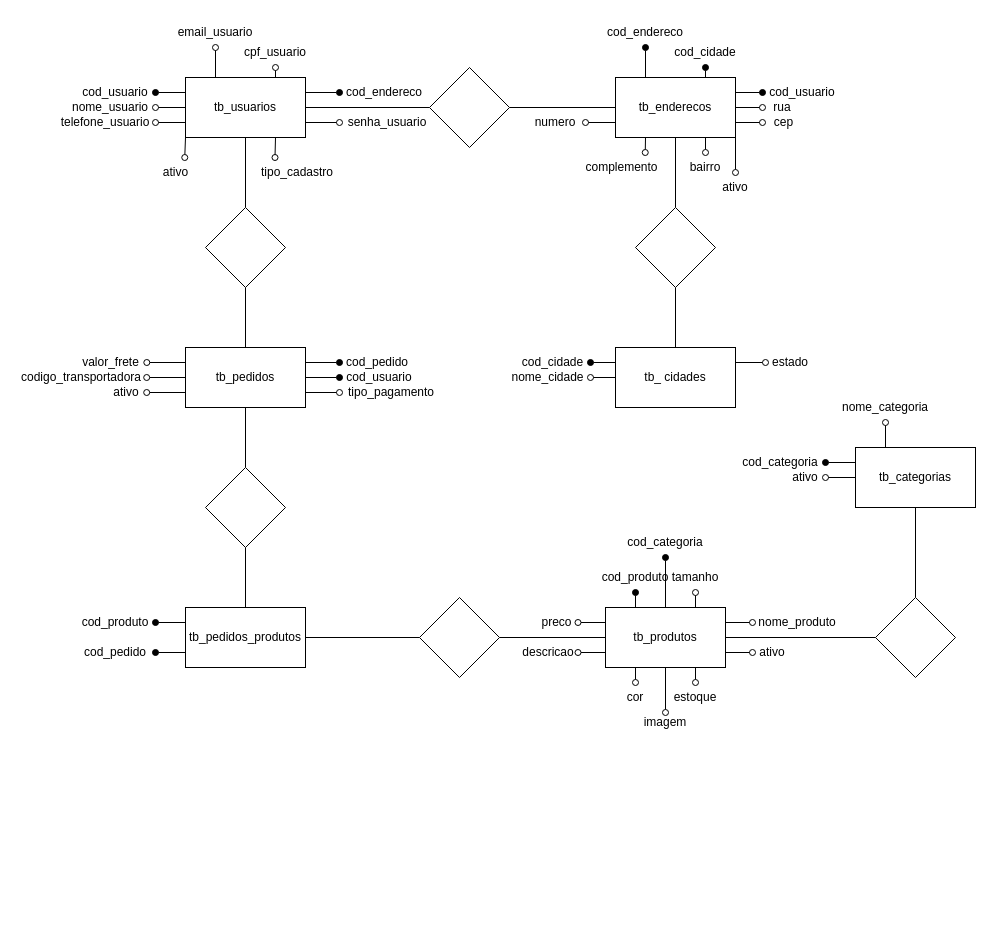
The draw.io diagram banco conceitual.drawio in celiakouth/TCC-CEEP, before the edit. Source tidied: cells renumbered, new cells numbered last; positions are measured from the earlier drawing's top-left corner, leaving out a move shared by most shapes. Both pictures are drawn from the tidied source at 100%, with x=0, y=0 at pixel (16, 17).
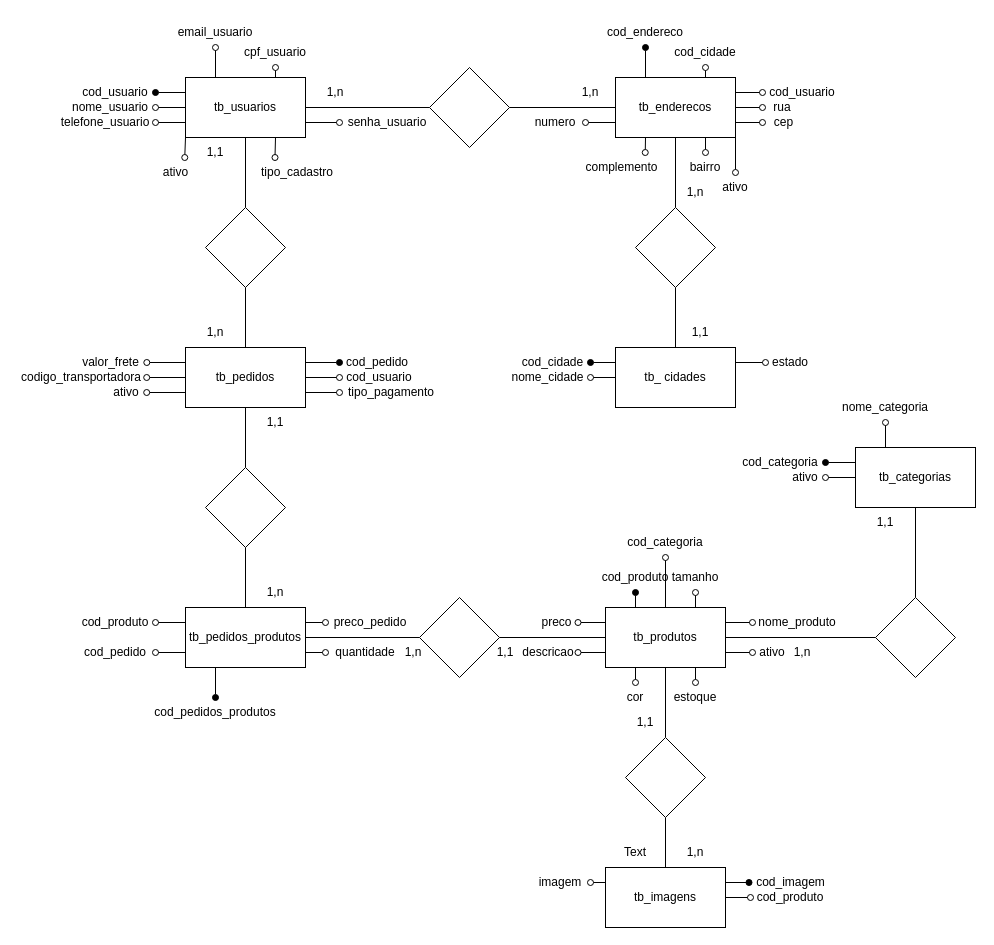
The same diagram, later.

The change refers to these unchanged cells:
```xml
<mxCell id="2" value="tb_usuarios" style="rounded=0;whiteSpace=wrap;html=1;" parent="1" vertex="1">
  <mxGeometry x="169" y="60" width="120" height="60" as="geometry" />
</mxCell>
<mxCell id="3" value="tb_pedidos" style="rounded=0;whiteSpace=wrap;html=1;" parent="1" vertex="1">
  <mxGeometry x="169" y="330" width="120" height="60" as="geometry" />
</mxCell>
<mxCell id="4" value="tb_pedidos_produtos" style="rounded=0;whiteSpace=wrap;html=1;" parent="1" vertex="1">
  <mxGeometry x="169" y="590" width="120" height="60" as="geometry" />
</mxCell>
<mxCell id="5" value="tb_enderecos" style="rounded=0;whiteSpace=wrap;html=1;" parent="1" vertex="1">
  <mxGeometry x="599" y="60" width="120" height="60" as="geometry" />
</mxCell>
<mxCell id="7" value="tb_produtos" style="rounded=0;whiteSpace=wrap;html=1;" parent="1" vertex="1">
  <mxGeometry x="589" y="590" width="120" height="60" as="geometry" />
</mxCell>
<mxCell id="33" value="cod_usuario" style="text;html=1;strokeColor=none;fillColor=none;align=center;verticalAlign=middle;whiteSpace=wrap;rounded=0;" parent="1" vertex="1">
  <mxGeometry x="323" y="345" width="80" height="30" as="geometry" />
</mxCell>
<mxCell id="52" value="cod_cidade" style="text;html=1;strokeColor=none;fillColor=none;align=center;verticalAlign=middle;whiteSpace=wrap;rounded=0;" parent="1" vertex="1">
  <mxGeometry x="654" y="20" width="70" height="30" as="geometry" />
</mxCell>
<mxCell id="54" value="cod_usuario" style="text;html=1;strokeColor=none;fillColor=none;align=center;verticalAlign=middle;whiteSpace=wrap;rounded=0;" parent="1" vertex="1">
  <mxGeometry x="746" y="60" width="80" height="30" as="geometry" />
</mxCell>
<mxCell id="74" value="cod_categoria" style="text;html=1;strokeColor=none;fillColor=none;align=center;verticalAlign=middle;whiteSpace=wrap;rounded=0;" parent="1" vertex="1">
  <mxGeometry x="604" y="510" width="90" height="30" as="geometry" />
</mxCell>
<mxCell id="80" value="cor" style="text;html=1;strokeColor=none;fillColor=none;align=center;verticalAlign=middle;whiteSpace=wrap;rounded=0;" parent="1" vertex="1">
  <mxGeometry x="589" y="665" width="60" height="30" as="geometry" />
</mxCell>
<mxCell id="91" value="cod_produto" style="text;html=1;strokeColor=none;fillColor=none;align=center;verticalAlign=middle;whiteSpace=wrap;rounded=0;" parent="1" vertex="1">
  <mxGeometry x="59" y="590" width="80" height="30" as="geometry" />
</mxCell>
<mxCell id="92" value="cod_pedido" style="text;html=1;strokeColor=none;fillColor=none;align=center;verticalAlign=middle;whiteSpace=wrap;rounded=0;" parent="1" vertex="1">
  <mxGeometry x="59" y="620" width="80" height="30" as="geometry" />
</mxCell>
```

The edit, as a diff of the source:
```diff
@@
-    <mxCell id="18" style="endArrow=oval;html=1;rounded=0;endFill=1;exitX=1;exitY=0.25;exitDx=0;exitDy=0;" parent="1" edge="1" source="2" target="19">
-      <mxGeometry relative="1" as="geometry" />
-    </mxCell>
-    <mxCell id="19" value="cod_endereco" style="text;html=1;strokeColor=none;fillColor=none;align=center;verticalAlign=middle;whiteSpace=wrap;rounded=0;" parent="1" vertex="1">
-      <mxGeometry x="323" y="60" width="90" height="30" as="geometry" />
-    </mxCell>
@@
-    <mxCell id="32" style="endArrow=oval;html=1;rounded=0;exitX=1;exitY=0.5;exitDx=0;exitDy=0;endFill=1;entryX=0;entryY=0.5;entryDx=0;entryDy=0;" parent="1" edge="1" source="3" target="33">
+    <mxCell id="32" style="endArrow=oval;html=1;rounded=0;exitX=1;exitY=0.5;exitDx=0;exitDy=0;endFill=0;entryX=0;entryY=0.5;entryDx=0;entryDy=0;" parent="1" edge="1" source="3" target="33">
       <mxGeometry relative="1" as="geometry" />
     </mxCell>
@@
-    <mxCell id="50" style="endArrow=oval;html=1;rounded=0;exitX=0.75;exitY=0;exitDx=0;exitDy=0;endFill=1;entryX=0.5;entryY=1;entryDx=0;entryDy=0;" parent="1" edge="1" source="5" target="52">
+    <mxCell id="50" style="endArrow=oval;html=1;rounded=0;exitX=0.75;exitY=0;exitDx=0;exitDy=0;endFill=0;entryX=0.5;entryY=1;entryDx=0;entryDy=0;" parent="1" edge="1" source="5" target="52">
       <mxGeometry relative="1" as="geometry" />
     </mxCell>
@@
-    <mxCell id="53" style="endArrow=oval;html=1;rounded=0;exitX=1;exitY=0.25;exitDx=0;exitDy=0;endFill=1;entryX=0;entryY=0.5;entryDx=0;entryDy=0;" parent="1" edge="1" source="5" target="54">
+    <mxCell id="53" style="endArrow=oval;html=1;rounded=0;exitX=1;exitY=0.25;exitDx=0;exitDy=0;endFill=0;entryX=0;entryY=0.5;entryDx=0;entryDy=0;" parent="1" edge="1" source="5" target="54">
       <mxGeometry relative="1" as="geometry" />
     </mxCell>
@@
-    <mxCell id="73" style="endArrow=oval;html=1;rounded=0;endFill=1;exitX=0.5;exitY=0;exitDx=0;exitDy=0;" parent="1" edge="1" source="7" target="74">
+    <mxCell id="73" style="endArrow=oval;html=1;rounded=0;endFill=0;exitX=0.5;exitY=0;exitDx=0;exitDy=0;" parent="1" edge="1" source="7" target="74">
       <mxGeometry relative="1" as="geometry" />
     </mxCell>
@@
-    <mxCell id="81" style="endArrow=oval;html=1;rounded=0;exitX=0.5;exitY=1;exitDx=0;exitDy=0;entryX=1;entryY=1;entryDx=0;entryDy=0;endFill=0;" parent="1" edge="1" source="7" target="80">
-      <mxGeometry relative="1" as="geometry" />
-    </mxCell>
-    <mxCell id="82" value="imagem" style="text;html=1;strokeColor=none;fillColor=none;align=center;verticalAlign=middle;whiteSpace=wrap;rounded=0;" parent="1" vertex="1">
-      <mxGeometry x="619" y="690" width="60" height="30" as="geometry" />
-    </mxCell>
@@
-    <mxCell id="89" style="endArrow=oval;html=1;rounded=0;endFill=1;exitX=0;exitY=0.25;exitDx=0;exitDy=0;entryX=1;entryY=0.5;entryDx=0;entryDy=0;" parent="1" edge="1" source="4" target="91">
+    <mxCell id="89" style="endArrow=oval;html=1;rounded=0;endFill=0;exitX=0;exitY=0.25;exitDx=0;exitDy=0;entryX=1;entryY=0.5;entryDx=0;entryDy=0;" parent="1" edge="1" source="4" target="91">
       <mxGeometry relative="1" as="geometry" />
     </mxCell>
-    <mxCell id="90" style="endArrow=oval;html=1;rounded=0;endFill=1;exitX=0;exitY=0.75;exitDx=0;exitDy=0;entryX=1;entryY=0.5;entryDx=0;entryDy=0;" parent="1" edge="1" source="4" target="92">
+    <mxCell id="90" style="endArrow=oval;html=1;rounded=0;endFill=0;exitX=0;exitY=0.75;exitDx=0;exitDy=0;entryX=1;entryY=0.5;entryDx=0;entryDy=0;" parent="1" edge="1" source="4" target="92">
       <mxGeometry relative="1" as="geometry" />
     </mxCell>
@@
+    <mxCell id="111" style="endArrow=oval;html=1;rounded=0;exitX=1;exitY=0.25;exitDx=0;exitDy=0;endFill=1;" parent="1" edge="1" source="4">
+      <mxGeometry relative="1" as="geometry">
+        <mxPoint x="289" y="605" as="targetPoint" />
+      </mxGeometry>
+    </mxCell>
+    <mxCell id="112" value="cod_pedidos_produtos" style="text;html=1;strokeColor=none;fillColor=none;align=center;verticalAlign=middle;whiteSpace=wrap;rounded=0;" parent="1" vertex="1">
+      <mxGeometry x="124" y="680" width="150" height="30" as="geometry" />
+    </mxCell>
+    <mxCell id="113" style="endArrow=none;html=1;rounded=0;exitX=0.5;exitY=0;exitDx=0;exitDy=0;entryX=0.25;entryY=1;entryDx=0;entryDy=0;endFill=0;startArrow=oval;startFill=1;" parent="1" edge="1" source="112" target="4">
+      <mxGeometry relative="1" as="geometry" />
+    </mxCell>
+    <mxCell id="114" value="quantidade" style="text;html=1;strokeColor=none;fillColor=none;align=center;verticalAlign=middle;whiteSpace=wrap;rounded=0;" parent="1" vertex="1">
+      <mxGeometry x="309" y="620" width="80" height="30" as="geometry" />
+    </mxCell>
+    <mxCell id="115" style="endArrow=oval;html=1;rounded=0;exitX=1;exitY=0.75;exitDx=0;exitDy=0;entryX=0;entryY=0.5;entryDx=0;entryDy=0;endFill=0;" parent="1" edge="1" source="4" target="114">
+      <mxGeometry relative="1" as="geometry" />
+    </mxCell>
+    <mxCell id="116" value="preco_pedido" style="text;html=1;strokeColor=none;fillColor=none;align=center;verticalAlign=middle;whiteSpace=wrap;rounded=0;" parent="1" vertex="1">
+      <mxGeometry x="309" y="590" width="90" height="30" as="geometry" />
+    </mxCell>
+    <mxCell id="117" style="endArrow=oval;html=1;rounded=0;exitX=1;exitY=0.25;exitDx=0;exitDy=0;entryX=0;entryY=0.5;entryDx=0;entryDy=0;endFill=0;" parent="1" edge="1" source="4" target="116">
+      <mxGeometry relative="1" as="geometry" />
+    </mxCell>
+    <mxCell id="118" value="tb_imagens" style="rounded=0;whiteSpace=wrap;html=1;" parent="1" vertex="1">
+      <mxGeometry x="589" y="850" width="120" height="60" as="geometry" />
+    </mxCell>
+    <mxCell id="119" style="endArrow=none;html=1;rounded=0;exitX=0.5;exitY=1;exitDx=0;exitDy=0;entryX=0.5;entryY=0;entryDx=0;entryDy=0;" parent="1" edge="1" source="121" target="118">
+      <mxGeometry relative="1" as="geometry" />
+    </mxCell>
+    <mxCell id="120" style="endArrow=none;html=1;rounded=0;exitX=0.5;exitY=1;exitDx=0;exitDy=0;entryX=0.5;entryY=0;entryDx=0;entryDy=0;" parent="1" edge="1" source="7" target="121">
+      <mxGeometry relative="1" as="geometry" />
+    </mxCell>
+    <mxCell id="121" style="rhombus;whiteSpace=wrap;html=1;" parent="1" vertex="1">
+      <mxGeometry x="609" y="720" width="80" height="80" as="geometry" />
+    </mxCell>
+    <mxCell id="122" value="cod_imagem" style="text;html=1;strokeColor=none;fillColor=none;align=center;verticalAlign=middle;whiteSpace=wrap;rounded=0;" parent="1" vertex="1">
+      <mxGeometry x="732.5" y="850" width="83" height="30" as="geometry" />
+    </mxCell>
+    <mxCell id="123" style="endArrow=oval;html=1;rounded=0;exitX=1;exitY=0.25;exitDx=0;exitDy=0;entryX=0;entryY=0.5;entryDx=0;entryDy=0;endFill=1;" parent="1" edge="1" source="118" target="122">
+      <mxGeometry relative="1" as="geometry" />
+    </mxCell>
+    <mxCell id="124" value="cod_produto" style="text;html=1;strokeColor=none;fillColor=none;align=center;verticalAlign=middle;whiteSpace=wrap;rounded=0;" parent="1" vertex="1">
+      <mxGeometry x="734" y="865" width="80" height="30" as="geometry" />
+    </mxCell>
+    <mxCell id="125" style="endArrow=oval;html=1;rounded=0;exitX=1;exitY=0.5;exitDx=0;exitDy=0;entryX=0;entryY=0.5;entryDx=0;entryDy=0;endFill=0;" parent="1" edge="1" source="118" target="124">
+      <mxGeometry relative="1" as="geometry" />
+    </mxCell>
+    <mxCell id="82" value="imagem" style="text;html=1;strokeColor=none;fillColor=none;align=center;verticalAlign=middle;whiteSpace=wrap;rounded=0;" parent="1" vertex="1">
+      <mxGeometry x="514" y="850" width="60" height="30" as="geometry" />
+    </mxCell>
+    <mxCell id="126" style="endArrow=oval;html=1;rounded=0;exitX=0;exitY=0.25;exitDx=0;exitDy=0;entryX=1;entryY=0.5;entryDx=0;entryDy=0;endFill=0;" parent="1" edge="1" source="118" target="82">
+      <mxGeometry relative="1" as="geometry" />
+    </mxCell>
+    <mxCell id="127" value="Text" style="text;html=1;strokeColor=none;fillColor=none;align=center;verticalAlign=middle;whiteSpace=wrap;rounded=0;" parent="1" vertex="1">
+      <mxGeometry x="589" y="820" width="60" height="30" as="geometry" />
+    </mxCell>
+    <mxCell id="128" value="1,1" style="text;html=1;strokeColor=none;fillColor=none;align=center;verticalAlign=middle;whiteSpace=wrap;rounded=0;" parent="1" vertex="1">
+      <mxGeometry x="169" y="120" width="60" height="30" as="geometry" />
+    </mxCell>
+    <mxCell id="129" value="1,n" style="text;html=1;strokeColor=none;fillColor=none;align=center;verticalAlign=middle;whiteSpace=wrap;rounded=0;" parent="1" vertex="1">
+      <mxGeometry x="169" y="300" width="60" height="30" as="geometry" />
+    </mxCell>
+    <mxCell id="130" value="1,1" style="text;html=1;strokeColor=none;fillColor=none;align=center;verticalAlign=middle;whiteSpace=wrap;rounded=0;" parent="1" vertex="1">
+      <mxGeometry x="599" y="690" width="60" height="30" as="geometry" />
+    </mxCell>
+    <mxCell id="131" value="1,n" style="text;html=1;strokeColor=none;fillColor=none;align=center;verticalAlign=middle;whiteSpace=wrap;rounded=0;" parent="1" vertex="1">
+      <mxGeometry x="649" y="820" width="60" height="30" as="geometry" />
+    </mxCell>
+    <mxCell id="132" value="1,1" style="text;html=1;strokeColor=none;fillColor=none;align=center;verticalAlign=middle;whiteSpace=wrap;rounded=0;" parent="1" vertex="1">
+      <mxGeometry x="839" y="490" width="60" height="30" as="geometry" />
+    </mxCell>
+    <mxCell id="133" value="1,n" style="text;html=1;strokeColor=none;fillColor=none;align=center;verticalAlign=middle;whiteSpace=wrap;rounded=0;" parent="1" vertex="1">
+      <mxGeometry x="756" y="620" width="60" height="30" as="geometry" />
+    </mxCell>
+    <mxCell id="134" value="1,n" style="text;html=1;strokeColor=none;fillColor=none;align=center;verticalAlign=middle;whiteSpace=wrap;rounded=0;" parent="1" vertex="1">
+      <mxGeometry x="649" y="160" width="60" height="30" as="geometry" />
+    </mxCell>
+    <mxCell id="135" value="1,1" style="text;html=1;strokeColor=none;fillColor=none;align=center;verticalAlign=middle;whiteSpace=wrap;rounded=0;" parent="1" vertex="1">
+      <mxGeometry x="654" y="300" width="60" height="30" as="geometry" />
+    </mxCell>
+    <mxCell id="136" value="1,n" style="text;html=1;strokeColor=none;fillColor=none;align=center;verticalAlign=middle;whiteSpace=wrap;rounded=0;" parent="1" vertex="1">
+      <mxGeometry x="544" y="60" width="60" height="30" as="geometry" />
+    </mxCell>
+    <mxCell id="137" value="1,n" style="text;html=1;strokeColor=none;fillColor=none;align=center;verticalAlign=middle;whiteSpace=wrap;rounded=0;" parent="1" vertex="1">
+      <mxGeometry x="289" y="60" width="60" height="30" as="geometry" />
+    </mxCell>
+    <mxCell id="138" value="1,n" style="text;html=1;strokeColor=none;fillColor=none;align=center;verticalAlign=middle;whiteSpace=wrap;rounded=0;" parent="1" vertex="1">
+      <mxGeometry x="367" y="620" width="60" height="30" as="geometry" />
+    </mxCell>
+    <mxCell id="139" value="1,n" style="text;html=1;strokeColor=none;fillColor=none;align=center;verticalAlign=middle;whiteSpace=wrap;rounded=0;" parent="1" vertex="1">
+      <mxGeometry x="229" y="560" width="60" height="30" as="geometry" />
+    </mxCell>
+    <mxCell id="140" value="1,1" style="text;html=1;strokeColor=none;fillColor=none;align=center;verticalAlign=middle;whiteSpace=wrap;rounded=0;" parent="1" vertex="1">
+      <mxGeometry x="229" y="390" width="60" height="30" as="geometry" />
+    </mxCell>
+    <mxCell id="141" value="1,1" style="text;html=1;strokeColor=none;fillColor=none;align=center;verticalAlign=middle;whiteSpace=wrap;rounded=0;" parent="1" vertex="1">
+      <mxGeometry x="459" y="620" width="60" height="30" as="geometry" />
+    </mxCell>
```
